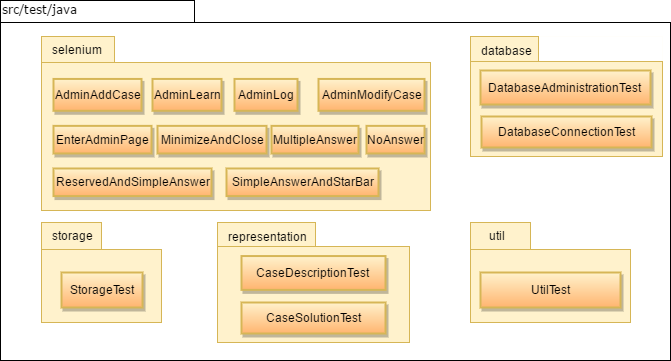
Before: doc/latex/img/DiagramaPaquetesTest.png, a diagram exported from draw.io (DanielSantidrian/UBUassistant). Source tidied: cells renumbered, new cells last; positions are measured from the earlier drawing's top-left corner, leaving out a move shared by most shapes. Source of this version:
```xml
<mxGraphModel background="#ffffff">
  <root>
    <mxCell id="0" />
    <mxCell id="1" parent="0" />
    <mxCell id="2" style="shape=folder;fontStyle=1;spacingTop=10;tabWidth=194;tabHeight=22;tabPosition=left;html=1;rounded=0;shadow=0;comic=0;labelBackgroundColor=none;strokeColor=#000000;strokeWidth=1;fillColor=none;fontFamily=Verdana;fontSize=10;fontColor=#000000;align=center;" parent="1" vertex="1">
      <mxGeometry width="670" height="360" as="geometry" />
    </mxCell>
    <mxCell id="3" value="src/test/java" style="text;html=1;align=left;verticalAlign=top;spacingTop=-4;fontSize=12;fontFamily=Verdana;fontColor=#000000;" parent="1" vertex="1">
      <mxGeometry width="130" height="20" as="geometry" />
    </mxCell>
    <mxCell id="4" style="group;fillColor=#ffffff;strokeColor=none;" parent="1" vertex="1">
      <mxGeometry x="470" y="36" width="192" height="120" as="geometry" />
    </mxCell>
    <mxCell id="5" style="group;fillColor=#FFFBED;" parent="4" vertex="1">
      <mxGeometry width="192" height="120" as="geometry" />
    </mxCell>
    <mxCell id="6" style="group;fillColor=#ffffff;strokeColor=none;shadow=0;" parent="5" vertex="1">
      <mxGeometry width="192" height="120" as="geometry" />
    </mxCell>
    <mxCell id="7" style="group;" parent="6" vertex="1">
      <mxGeometry width="192" height="120" as="geometry" />
    </mxCell>
    <mxCell id="8" style="shape=folder;fontStyle=1;spacingTop=10;tabWidth=68;tabHeight=25;tabPosition=left;html=1;rounded=0;shadow=0;comic=0;labelBackgroundColor=none;strokeColor=#d6b656;strokeWidth=1;fillColor=#fff2cc;fontFamily=Verdana;fontSize=10;fontColor=#000000;align=center;" parent="7" vertex="1">
      <mxGeometry width="192" height="120" as="geometry" />
    </mxCell>
    <mxCell id="9" value="database" style="text;html=1;align=left;verticalAlign=top;spacingTop=-4;fontSize=12;" parent="7" vertex="1">
      <mxGeometry x="8.9" y="4.6" width="70" height="20" as="geometry" />
    </mxCell>
    <mxCell id="10" value="DatabaseAdministrationTest" style="rounded=0;whiteSpace=wrap;html=1;shadow=1;strokeColor=#d6b656;strokeWidth=2;fillColor=#fff2cc;fontSize=12;comic=0;glass=0;gradientColor=#FFB570;" parent="7" vertex="1">
      <mxGeometry x="10" y="34" width="170" height="34" as="geometry" />
    </mxCell>
    <mxCell id="11" value="DatabaseConnectionTest" style="rounded=0;whiteSpace=wrap;html=1;shadow=1;strokeColor=#d6b656;strokeWidth=2;fillColor=#fff2cc;fontSize=12;comic=0;glass=0;gradientColor=#FFB570;" parent="7" vertex="1">
      <mxGeometry x="11" y="80" width="170" height="31" as="geometry" />
    </mxCell>
    <mxCell id="12" style="group;fillColor=none;strokeColor=none;" parent="1" vertex="1">
      <mxGeometry x="41" y="36" width="390" height="174" as="geometry" />
    </mxCell>
    <mxCell id="13" style="group;" parent="12" vertex="1">
      <mxGeometry width="390" height="174" as="geometry" />
    </mxCell>
    <mxCell id="14" style="group;fillColor=#ffffff;strokeColor=none;shadow=0;" parent="13" vertex="1">
      <mxGeometry width="390" height="174" as="geometry" />
    </mxCell>
    <mxCell id="15" style="group;" parent="14" vertex="1">
      <mxGeometry width="390" height="174" as="geometry" />
    </mxCell>
    <mxCell id="16" style="shape=folder;fontStyle=1;spacingTop=10;tabWidth=73;tabHeight=26;tabPosition=left;html=1;rounded=0;shadow=0;comic=0;labelBackgroundColor=none;strokeColor=#d6b656;strokeWidth=1;fillColor=#fff2cc;fontFamily=Verdana;fontSize=10;fontColor=#000000;align=center;" parent="15" vertex="1">
      <mxGeometry width="389" height="174" as="geometry" />
    </mxCell>
    <mxCell id="17" value="selenium" style="text;html=1;align=left;verticalAlign=top;spacingTop=-4;fontSize=12;" parent="15" vertex="1">
      <mxGeometry x="9.1" y="4.2" width="70" height="20" as="geometry" />
    </mxCell>
    <mxCell id="18" value="AdminAddCase" style="rounded=0;whiteSpace=wrap;html=1;shadow=1;strokeColor=#d6b656;strokeWidth=2;fillColor=#fff2cc;fontSize=12;comic=0;glass=0;gradientColor=#FFB570;" parent="15" vertex="1">
      <mxGeometry x="12" y="42.4" width="88" height="31.8" as="geometry" />
    </mxCell>
    <mxCell id="19" value="AdminLearn" style="rounded=0;whiteSpace=wrap;html=1;shadow=1;strokeColor=#d6b656;strokeWidth=2;fillColor=#fff2cc;fontSize=12;comic=0;glass=0;gradientColor=#FFB570;" parent="15" vertex="1">
      <mxGeometry x="111" y="42.4" width="69" height="31.8" as="geometry" />
    </mxCell>
    <mxCell id="20" value="AdminLog" style="rounded=0;whiteSpace=wrap;html=1;shadow=1;strokeColor=#d6b656;strokeWidth=2;fillColor=#fff2cc;fontSize=12;comic=0;glass=0;gradientColor=#FFB570;" parent="15" vertex="1">
      <mxGeometry x="193" y="42.4" width="63" height="31.8" as="geometry" />
    </mxCell>
    <mxCell id="21" value="AdminModifyCase" style="rounded=0;whiteSpace=wrap;html=1;shadow=1;strokeColor=#d6b656;strokeWidth=2;fillColor=#fff2cc;fontSize=12;comic=0;glass=0;gradientColor=#FFB570;" parent="15" vertex="1">
      <mxGeometry x="277" y="42.4" width="106" height="31.8" as="geometry" />
    </mxCell>
    <mxCell id="22" value="EnterAdminPage" style="rounded=0;whiteSpace=wrap;html=1;shadow=1;strokeColor=#d6b656;strokeWidth=2;fillColor=#fff2cc;fontSize=12;comic=0;glass=0;gradientColor=#FFB570;" parent="15" vertex="1">
      <mxGeometry x="12" y="89.4" width="98" height="27.6" as="geometry" />
    </mxCell>
    <mxCell id="23" value="MinimizeAndClose" style="rounded=0;whiteSpace=wrap;html=1;shadow=1;strokeColor=#d6b656;strokeWidth=2;fillColor=#fff2cc;fontSize=12;comic=0;glass=0;gradientColor=#FFB570;" parent="15" vertex="1">
      <mxGeometry x="116" y="89.4" width="109" height="27.6" as="geometry" />
    </mxCell>
    <mxCell id="24" value="MultipleAnswer" style="rounded=0;whiteSpace=wrap;html=1;shadow=1;strokeColor=#d6b656;strokeWidth=2;fillColor=#fff2cc;fontSize=12;comic=0;glass=0;gradientColor=#FFB570;" parent="15" vertex="1">
      <mxGeometry x="230" y="89.4" width="87" height="27.6" as="geometry" />
    </mxCell>
    <mxCell id="25" value="NoAnswer" style="rounded=0;whiteSpace=wrap;html=1;shadow=1;strokeColor=#d6b656;strokeWidth=2;fillColor=#fff2cc;fontSize=12;comic=0;glass=0;gradientColor=#FFB570;" parent="15" vertex="1">
      <mxGeometry x="325" y="89.4" width="58" height="27.6" as="geometry" />
    </mxCell>
    <mxCell id="26" value="ReservedAndSimpleAnswer" style="rounded=0;whiteSpace=wrap;html=1;shadow=1;strokeColor=#d6b656;strokeWidth=2;fillColor=#fff2cc;fontSize=12;comic=0;glass=0;gradientColor=#FFB570;" parent="15" vertex="1">
      <mxGeometry x="12" y="132" width="158" height="27.6" as="geometry" />
    </mxCell>
    <mxCell id="27" value="SimpleAnswerAndStarBar" style="rounded=0;whiteSpace=wrap;html=1;shadow=1;strokeColor=#d6b656;strokeWidth=2;fillColor=#fff2cc;fontSize=12;comic=0;glass=0;gradientColor=#FFB570;" parent="15" vertex="1">
      <mxGeometry x="185" y="132" width="152" height="27.6" as="geometry" />
    </mxCell>
    <mxCell id="28" style="group;fillColor=none;strokeColor=none;" parent="1" vertex="1">
      <mxGeometry x="41" y="222" width="120" height="100" as="geometry" />
    </mxCell>
    <mxCell id="29" style="group;" parent="28" vertex="1">
      <mxGeometry width="120" height="100" as="geometry" />
    </mxCell>
    <mxCell id="30" style="group;fillColor=#ffffff;strokeColor=none;shadow=0;" parent="29" vertex="1">
      <mxGeometry width="120" height="100" as="geometry" />
    </mxCell>
    <mxCell id="31" style="group;" parent="30" vertex="1">
      <mxGeometry width="120" height="100" as="geometry" />
    </mxCell>
    <mxCell id="32" style="shape=folder;fontStyle=1;spacingTop=10;tabWidth=60;tabHeight=27;tabPosition=left;html=1;rounded=0;shadow=0;comic=0;labelBackgroundColor=none;strokeColor=#d6b656;strokeWidth=1;fillColor=#fff2cc;fontFamily=Verdana;fontSize=10;fontColor=#000000;align=center;" parent="31" vertex="1">
      <mxGeometry width="120" height="100" as="geometry" />
    </mxCell>
    <mxCell id="33" value="storage" style="text;html=1;align=left;verticalAlign=top;spacingTop=-4;fontSize=12;" parent="31" vertex="1">
      <mxGeometry x="8.6" y="3.8" width="60" height="20" as="geometry" />
    </mxCell>
    <mxCell id="34" value="StorageTest" style="rounded=0;whiteSpace=wrap;html=1;shadow=1;strokeColor=#d6b656;strokeWidth=2;fillColor=#fff2cc;fontSize=12;comic=0;glass=0;gradientColor=#FFB570;" parent="31" vertex="1">
      <mxGeometry x="20" y="50" width="81" height="35" as="geometry" />
    </mxCell>
    <mxCell id="35" style="group;" parent="1" vertex="1">
      <mxGeometry x="217" y="222" width="192" height="120" as="geometry" />
    </mxCell>
    <mxCell id="36" style="group;" parent="35" vertex="1">
      <mxGeometry width="192" height="120" as="geometry" />
    </mxCell>
    <mxCell id="37" style="group;fillColor=#ffffff;strokeColor=none;shadow=0;" parent="36" vertex="1">
      <mxGeometry width="192" height="120" as="geometry" />
    </mxCell>
    <mxCell id="38" style="group;" parent="37" vertex="1">
      <mxGeometry width="192" height="120" as="geometry" />
    </mxCell>
    <mxCell id="39" style="shape=folder;fontStyle=1;spacingTop=10;tabWidth=98;tabHeight=24;tabPosition=left;html=1;rounded=0;shadow=0;comic=0;labelBackgroundColor=none;strokeColor=#d6b656;strokeWidth=1;fillColor=#fff2cc;fontFamily=Verdana;fontSize=10;fontColor=#000000;align=center;" parent="38" vertex="1">
      <mxGeometry width="192" height="120" as="geometry" />
    </mxCell>
    <mxCell id="40" value="representation" style="text;html=1;align=left;verticalAlign=top;spacingTop=-4;fontSize=12;" parent="38" vertex="1">
      <mxGeometry x="8.9" y="4.6" width="90" height="20" as="geometry" />
    </mxCell>
    <mxCell id="41" value="CaseDescriptionTest" style="rounded=0;whiteSpace=wrap;html=1;shadow=1;strokeColor=#d6b656;strokeWidth=2;fillColor=#fff2cc;fontSize=12;comic=0;glass=0;gradientColor=#FFB570;" parent="38" vertex="1">
      <mxGeometry x="24" y="33.5" width="144" height="33.8" as="geometry" />
    </mxCell>
    <mxCell id="42" value="CaseSolutionTest" style="rounded=0;whiteSpace=wrap;html=1;shadow=1;strokeColor=#d6b656;strokeWidth=2;fillColor=#fff2cc;fontSize=12;comic=0;glass=0;gradientColor=#FFB570;" parent="1" vertex="1">
      <mxGeometry x="241" y="302" width="144" height="31" as="geometry" />
    </mxCell>
    <mxCell id="43" style="group;fillColor=none;strokeColor=none;" parent="1" vertex="1">
      <mxGeometry x="470" y="222" width="160" height="100" as="geometry" />
    </mxCell>
    <mxCell id="44" style="group;" parent="43" vertex="1">
      <mxGeometry width="160" height="100" as="geometry" />
    </mxCell>
    <mxCell id="45" style="group;fillColor=#ffffff;strokeColor=none;shadow=0;" parent="44" vertex="1">
      <mxGeometry width="160" height="100" as="geometry" />
    </mxCell>
    <mxCell id="46" style="group;" parent="45" vertex="1">
      <mxGeometry width="160" height="100" as="geometry" />
    </mxCell>
    <mxCell id="47" style="shape=folder;fontStyle=1;spacingTop=10;tabWidth=60;tabHeight=27;tabPosition=left;html=1;rounded=0;shadow=0;comic=0;labelBackgroundColor=none;strokeColor=#d6b656;strokeWidth=1;fillColor=#fff2cc;fontFamily=Verdana;fontSize=10;fontColor=#000000;align=center;" parent="46" vertex="1">
      <mxGeometry width="160" height="100" as="geometry" />
    </mxCell>
    <mxCell id="48" value="util" style="text;html=1;align=left;verticalAlign=top;spacingTop=-4;fontSize=12;" parent="46" vertex="1">
      <mxGeometry x="17.1" y="3.8" width="30" height="20" as="geometry" />
    </mxCell>
    <mxCell id="49" value="UtilTest" style="rounded=0;whiteSpace=wrap;html=1;shadow=1;strokeColor=#d6b656;strokeWidth=2;fillColor=#fff2cc;fontSize=12;comic=0;glass=0;gradientColor=#FFB570;" parent="46" vertex="1">
      <mxGeometry x="10" y="50" width="140" height="35" as="geometry" />
    </mxCell>
  </root>
</mxGraphModel>
```
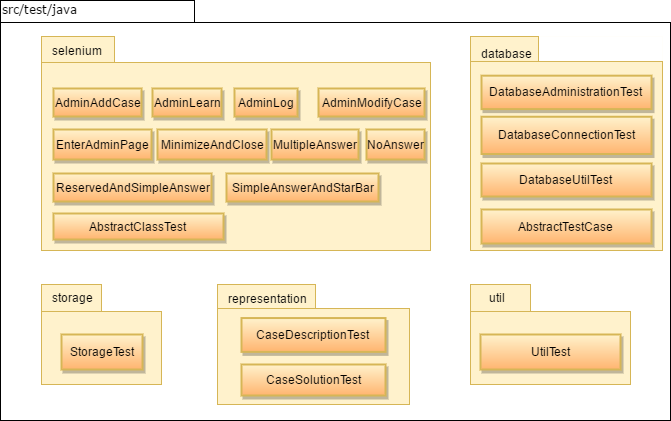
The same diagram one commit later.

What changed in the source:
```diff
@@ -3,85 +3,94 @@
     <mxCell id="0" />
     <mxCell id="1" parent="0" />
     <mxCell id="2" style="shape=folder;fontStyle=1;spacingTop=10;tabWidth=194;tabHeight=22;tabPosition=left;html=1;rounded=0;shadow=0;comic=0;labelBackgroundColor=none;strokeColor=#000000;strokeWidth=1;fillColor=none;fontFamily=Verdana;fontSize=10;fontColor=#000000;align=center;" parent="1" vertex="1">
-      <mxGeometry width="670" height="360" as="geometry" />
+      <mxGeometry width="670" height="420" as="geometry" />
     </mxCell>
     <mxCell id="3" value="src/test/java" style="text;html=1;align=left;verticalAlign=top;spacingTop=-4;fontSize=12;fontFamily=Verdana;fontColor=#000000;" parent="1" vertex="1">
       <mxGeometry width="130" height="20" as="geometry" />
     </mxCell>
     <mxCell id="4" style="group;fillColor=#ffffff;strokeColor=none;" parent="1" vertex="1">
-      <mxGeometry x="470" y="36" width="192" height="120" as="geometry" />
+      <mxGeometry x="470" y="36" width="192" height="214" as="geometry" />
     </mxCell>
     <mxCell id="5" style="group;fillColor=#FFFBED;" parent="4" vertex="1">
-      <mxGeometry width="192" height="120" as="geometry" />
+      <mxGeometry width="192" height="214" as="geometry" />
     </mxCell>
     <mxCell id="6" style="group;fillColor=#ffffff;strokeColor=none;shadow=0;" parent="5" vertex="1">
-      <mxGeometry width="192" height="120" as="geometry" />
+      <mxGeometry width="192" height="214" as="geometry" />
     </mxCell>
     <mxCell id="7" style="group;" parent="6" vertex="1">
-      <mxGeometry width="192" height="120" as="geometry" />
+      <mxGeometry width="192" height="214" as="geometry" />
     </mxCell>
     <mxCell id="8" style="shape=folder;fontStyle=1;spacingTop=10;tabWidth=68;tabHeight=25;tabPosition=left;html=1;rounded=0;shadow=0;comic=0;labelBackgroundColor=none;strokeColor=#d6b656;strokeWidth=1;fillColor=#fff2cc;fontFamily=Verdana;fontSize=10;fontColor=#000000;align=center;" parent="7" vertex="1">
-      <mxGeometry width="192" height="120" as="geometry" />
+      <mxGeometry width="192" height="214" as="geometry" />
     </mxCell>
     <mxCell id="9" value="database" style="text;html=1;align=left;verticalAlign=top;spacingTop=-4;fontSize=12;" parent="7" vertex="1">
-      <mxGeometry x="8.9" y="4.6" width="70" height="20" as="geometry" />
+      <mxGeometry x="8.9" y="8.2" width="70" height="20" as="geometry" />
     </mxCell>
     <mxCell id="10" value="DatabaseAdministrationTest" style="rounded=0;whiteSpace=wrap;html=1;shadow=1;strokeColor=#d6b656;strokeWidth=2;fillColor=#fff2cc;fontSize=12;comic=0;glass=0;gradientColor=#FFB570;" parent="7" vertex="1">
-      <mxGeometry x="10" y="34" width="170" height="34" as="geometry" />
+      <mxGeometry x="11" y="39.2" width="170" height="33.4" as="geometry" />
     </mxCell>
     <mxCell id="11" value="DatabaseConnectionTest" style="rounded=0;whiteSpace=wrap;html=1;shadow=1;strokeColor=#d6b656;strokeWidth=2;fillColor=#fff2cc;fontSize=12;comic=0;glass=0;gradientColor=#FFB570;" parent="7" vertex="1">
-      <mxGeometry x="11" y="80" width="170" height="31" as="geometry" />
+      <mxGeometry x="11" y="80.2" width="170" height="37.3" as="geometry" />
     </mxCell>
+    <mxCell id="50" value="DatabaseUtilTest" style="rounded=0;whiteSpace=wrap;html=1;shadow=1;strokeColor=#d6b656;strokeWidth=2;fillColor=#fff2cc;fontSize=12;comic=0;glass=0;gradientColor=#FFB570;" parent="7" vertex="1">
+      <mxGeometry x="11" y="127" width="170" height="33" as="geometry" />
+    </mxCell>
+    <mxCell id="51" value="AbstractTestCase" style="rounded=0;whiteSpace=wrap;html=1;shadow=1;strokeColor=#d6b656;strokeWidth=2;fillColor=#fff2cc;fontSize=12;comic=0;glass=0;gradientColor=#FFB570;" parent="7" vertex="1">
+      <mxGeometry x="11" y="173" width="170" height="34" as="geometry" />
+    </mxCell>
     <mxCell id="12" style="group;fillColor=none;strokeColor=none;" parent="1" vertex="1">
-      <mxGeometry x="41" y="36" width="390" height="174" as="geometry" />
+      <mxGeometry x="41" y="36" width="390" height="214" as="geometry" />
     </mxCell>
     <mxCell id="13" style="group;" parent="12" vertex="1">
-      <mxGeometry width="390" height="174" as="geometry" />
+      <mxGeometry width="390" height="214" as="geometry" />
     </mxCell>
     <mxCell id="14" style="group;fillColor=#ffffff;strokeColor=none;shadow=0;" parent="13" vertex="1">
-      <mxGeometry width="390" height="174" as="geometry" />
+      <mxGeometry width="390" height="214" as="geometry" />
     </mxCell>
     <mxCell id="15" style="group;" parent="14" vertex="1">
-      <mxGeometry width="390" height="174" as="geometry" />
+      <mxGeometry width="390" height="214" as="geometry" />
     </mxCell>
     <mxCell id="16" style="shape=folder;fontStyle=1;spacingTop=10;tabWidth=73;tabHeight=26;tabPosition=left;html=1;rounded=0;shadow=0;comic=0;labelBackgroundColor=none;strokeColor=#d6b656;strokeWidth=1;fillColor=#fff2cc;fontFamily=Verdana;fontSize=10;fontColor=#000000;align=center;" parent="15" vertex="1">
-      <mxGeometry width="389" height="174" as="geometry" />
+      <mxGeometry width="389" height="214" as="geometry" />
     </mxCell>
     <mxCell id="17" value="selenium" style="text;html=1;align=left;verticalAlign=top;spacingTop=-4;fontSize=12;" parent="15" vertex="1">
-      <mxGeometry x="9.1" y="4.2" width="70" height="20" as="geometry" />
+      <mxGeometry x="9.1" y="5.2" width="70" height="20" as="geometry" />
     </mxCell>
     <mxCell id="18" value="AdminAddCase" style="rounded=0;whiteSpace=wrap;html=1;shadow=1;strokeColor=#d6b656;strokeWidth=2;fillColor=#fff2cc;fontSize=12;comic=0;glass=0;gradientColor=#FFB570;" parent="15" vertex="1">
-      <mxGeometry x="12" y="42.4" width="88" height="31.8" as="geometry" />
+      <mxGeometry x="12" y="52" width="88" height="28" as="geometry" />
     </mxCell>
     <mxCell id="19" value="AdminLearn" style="rounded=0;whiteSpace=wrap;html=1;shadow=1;strokeColor=#d6b656;strokeWidth=2;fillColor=#fff2cc;fontSize=12;comic=0;glass=0;gradientColor=#FFB570;" parent="15" vertex="1">
-      <mxGeometry x="111" y="42.4" width="69" height="31.8" as="geometry" />
+      <mxGeometry x="111" y="52" width="69" height="28" as="geometry" />
     </mxCell>
     <mxCell id="20" value="AdminLog" style="rounded=0;whiteSpace=wrap;html=1;shadow=1;strokeColor=#d6b656;strokeWidth=2;fillColor=#fff2cc;fontSize=12;comic=0;glass=0;gradientColor=#FFB570;" parent="15" vertex="1">
-      <mxGeometry x="193" y="42.4" width="63" height="31.8" as="geometry" />
+      <mxGeometry x="193" y="52" width="63" height="28" as="geometry" />
     </mxCell>
     <mxCell id="21" value="AdminModifyCase" style="rounded=0;whiteSpace=wrap;html=1;shadow=1;strokeColor=#d6b656;strokeWidth=2;fillColor=#fff2cc;fontSize=12;comic=0;glass=0;gradientColor=#FFB570;" parent="15" vertex="1">
-      <mxGeometry x="277" y="42.4" width="106" height="31.8" as="geometry" />
+      <mxGeometry x="277" y="52" width="106" height="28" as="geometry" />
     </mxCell>
     <mxCell id="22" value="EnterAdminPage" style="rounded=0;whiteSpace=wrap;html=1;shadow=1;strokeColor=#d6b656;strokeWidth=2;fillColor=#fff2cc;fontSize=12;comic=0;glass=0;gradientColor=#FFB570;" parent="15" vertex="1">
-      <mxGeometry x="12" y="89.4" width="98" height="27.6" as="geometry" />
+      <mxGeometry x="12" y="93" width="98" height="30" as="geometry" />
     </mxCell>
     <mxCell id="23" value="MinimizeAndClose" style="rounded=0;whiteSpace=wrap;html=1;shadow=1;strokeColor=#d6b656;strokeWidth=2;fillColor=#fff2cc;fontSize=12;comic=0;glass=0;gradientColor=#FFB570;" parent="15" vertex="1">
-      <mxGeometry x="116" y="89.4" width="109" height="27.6" as="geometry" />
+      <mxGeometry x="116" y="93" width="109" height="30" as="geometry" />
     </mxCell>
     <mxCell id="24" value="MultipleAnswer" style="rounded=0;whiteSpace=wrap;html=1;shadow=1;strokeColor=#d6b656;strokeWidth=2;fillColor=#fff2cc;fontSize=12;comic=0;glass=0;gradientColor=#FFB570;" parent="15" vertex="1">
-      <mxGeometry x="230" y="89.4" width="87" height="27.6" as="geometry" />
+      <mxGeometry x="230" y="93" width="87" height="30" as="geometry" />
     </mxCell>
     <mxCell id="25" value="NoAnswer" style="rounded=0;whiteSpace=wrap;html=1;shadow=1;strokeColor=#d6b656;strokeWidth=2;fillColor=#fff2cc;fontSize=12;comic=0;glass=0;gradientColor=#FFB570;" parent="15" vertex="1">
-      <mxGeometry x="325" y="89.4" width="58" height="27.6" as="geometry" />
+      <mxGeometry x="325" y="93" width="58" height="30" as="geometry" />
     </mxCell>
     <mxCell id="26" value="ReservedAndSimpleAnswer" style="rounded=0;whiteSpace=wrap;html=1;shadow=1;strokeColor=#d6b656;strokeWidth=2;fillColor=#fff2cc;fontSize=12;comic=0;glass=0;gradientColor=#FFB570;" parent="15" vertex="1">
-      <mxGeometry x="12" y="132" width="158" height="27.6" as="geometry" />
+      <mxGeometry x="12" y="137" width="158" height="28" as="geometry" />
     </mxCell>
     <mxCell id="27" value="SimpleAnswerAndStarBar" style="rounded=0;whiteSpace=wrap;html=1;shadow=1;strokeColor=#d6b656;strokeWidth=2;fillColor=#fff2cc;fontSize=12;comic=0;glass=0;gradientColor=#FFB570;" parent="15" vertex="1">
-      <mxGeometry x="185" y="132" width="152" height="27.6" as="geometry" />
+      <mxGeometry x="185" y="137" width="152" height="28" as="geometry" />
     </mxCell>
+    <mxCell id="52" value="AbstractClassTest" style="rounded=0;whiteSpace=wrap;html=1;shadow=1;strokeColor=#d6b656;strokeWidth=2;fillColor=#fff2cc;fontSize=12;comic=0;glass=0;gradientColor=#FFB570;" parent="15" vertex="1">
+      <mxGeometry x="12" y="177" width="170" height="26" as="geometry" />
+    </mxCell>
     <mxCell id="28" style="group;fillColor=none;strokeColor=none;" parent="1" vertex="1">
-      <mxGeometry x="41" y="222" width="120" height="100" as="geometry" />
+      <mxGeometry x="41" y="284" width="120" height="100" as="geometry" />
     </mxCell>
     <mxCell id="29" style="group;" parent="28" vertex="1">
       <mxGeometry width="120" height="100" as="geometry" />
@@ -102,7 +111,7 @@
       <mxGeometry x="20" y="50" width="81" height="35" as="geometry" />
     </mxCell>
     <mxCell id="35" style="group;" parent="1" vertex="1">
-      <mxGeometry x="217" y="222" width="192" height="120" as="geometry" />
+      <mxGeometry x="217" y="284" width="192" height="120" as="geometry" />
     </mxCell>
     <mxCell id="36" style="group;" parent="35" vertex="1">
       <mxGeometry width="192" height="120" as="geometry" />
@@ -123,10 +132,10 @@
       <mxGeometry x="24" y="33.5" width="144" height="33.8" as="geometry" />
     </mxCell>
     <mxCell id="42" value="CaseSolutionTest" style="rounded=0;whiteSpace=wrap;html=1;shadow=1;strokeColor=#d6b656;strokeWidth=2;fillColor=#fff2cc;fontSize=12;comic=0;glass=0;gradientColor=#FFB570;" parent="1" vertex="1">
-      <mxGeometry x="241" y="302" width="144" height="31" as="geometry" />
+      <mxGeometry x="241" y="364" width="144" height="31" as="geometry" />
     </mxCell>
     <mxCell id="43" style="group;fillColor=none;strokeColor=none;" parent="1" vertex="1">
-      <mxGeometry x="470" y="222" width="160" height="100" as="geometry" />
+      <mxGeometry x="470" y="284" width="160" height="100" as="geometry" />
     </mxCell>
     <mxCell id="44" style="group;" parent="43" vertex="1">
       <mxGeometry width="160" height="100" as="geometry" />
```
